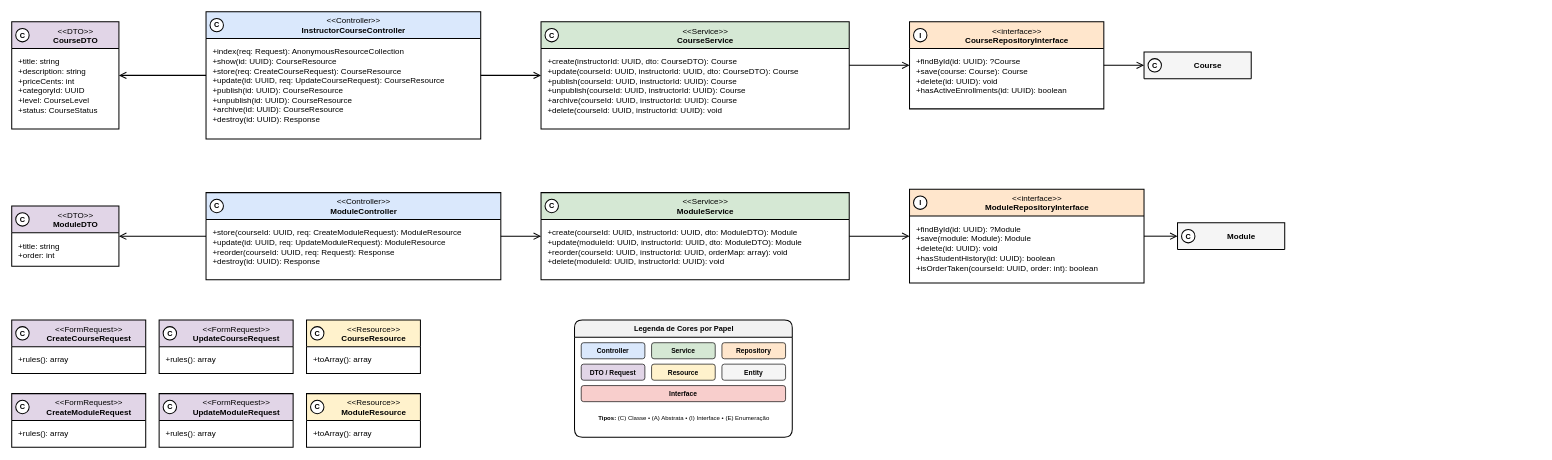
Earlier version of the draw.io diagram especificacao/diagramas/13-classes-area-b-implementacao-cursos-modulos.drawio (Plataforma-de-Cursos-TCC/plataforma-cursos-docs). Source tidied: cells renumbered, new cells numbered last; positions are measured from the earlier drawing's top-left corner, leaving out a move shared by most shapes. Both pictures are drawn from the tidied source at 67%, with x=0, y=0 at pixel (11, 11).
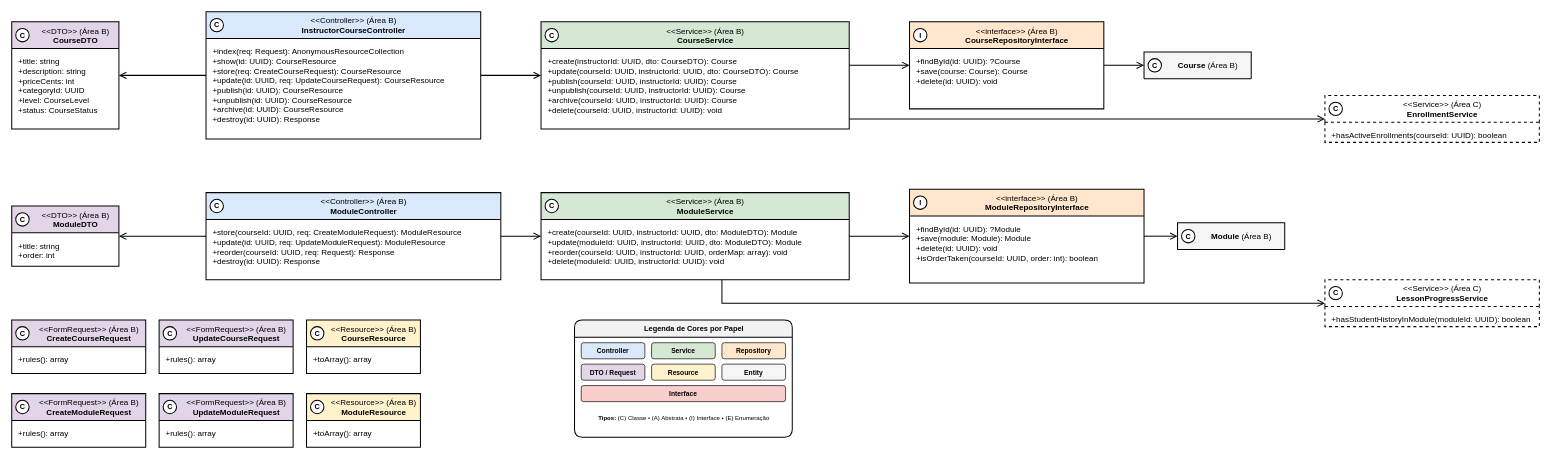
Above is the later version.

Commit message (it also covers changes not shown here):
docs(classes-area-b): point deletion checks at area C services and mark ownership

Diff of the diagram source:
```diff
@@
-    <mxCell id="2" value="&amp;lt;&amp;lt;FormRequest&amp;gt;&amp;gt;&lt;br&gt;&lt;b&gt;CreateCourseRequest&lt;/b&gt;" style="swimlane;html=1;fontStyle=0;align=center;verticalAlign=top;startSize=40;fillColor=#E1D5E7;swimlaneFillColor=#FFFFFF;strokeColor=#000000;strokeWidth=1.5;fontFamily=Helvetica;fontSize=12;fontColor=#000000;rounded=0;spacingLeft=30;" parent="1" vertex="1">
+    <mxCell id="2" value="&amp;lt;&amp;lt;FormRequest&amp;gt;&amp;gt; (Área B)&lt;br&gt;&lt;b&gt;CreateCourseRequest&lt;/b&gt;" style="swimlane;html=1;fontStyle=0;align=center;verticalAlign=top;startSize=40;fillColor=#E1D5E7;swimlaneFillColor=#FFFFFF;strokeColor=#000000;strokeWidth=1.5;fontFamily=Helvetica;fontSize=12;fontColor=#000000;rounded=0;spacingLeft=30;" parent="1" vertex="1">
       <mxGeometry y="460" width="200" height="80" as="geometry" />
     </mxCell>
@@
-    <mxCell id="4" value="&amp;lt;&amp;lt;FormRequest&amp;gt;&amp;gt;&lt;br&gt;&lt;b&gt;UpdateCourseRequest&lt;/b&gt;" style="swimlane;html=1;fontStyle=0;align=center;verticalAlign=top;startSize=40;fillColor=#E1D5E7;swimlaneFillColor=#FFFFFF;strokeColor=#000000;strokeWidth=1.5;fontFamily=Helvetica;fontSize=12;fontColor=#000000;rounded=0;spacingLeft=30;" parent="1" vertex="1">
+    <mxCell id="4" value="&amp;lt;&amp;lt;FormRequest&amp;gt;&amp;gt; (Área B)&lt;br&gt;&lt;b&gt;UpdateCourseRequest&lt;/b&gt;" style="swimlane;html=1;fontStyle=0;align=center;verticalAlign=top;startSize=40;fillColor=#E1D5E7;swimlaneFillColor=#FFFFFF;strokeColor=#000000;strokeWidth=1.5;fontFamily=Helvetica;fontSize=12;fontColor=#000000;rounded=0;spacingLeft=30;" parent="1" vertex="1">
       <mxGeometry x="220" y="460" width="200" height="80" as="geometry" />
     </mxCell>
@@
-    <mxCell id="6" value="&amp;lt;&amp;lt;DTO&amp;gt;&amp;gt;&lt;br&gt;&lt;b&gt;CourseDTO&lt;/b&gt;" style="swimlane;html=1;fontStyle=0;align=center;verticalAlign=top;startSize=40;fillColor=#E1D5E7;swimlaneFillColor=#FFFFFF;strokeColor=#000000;strokeWidth=1.5;fontFamily=Helvetica;fontSize=12;fontColor=#000000;rounded=0;spacingLeft=30;" parent="1" vertex="1">
+    <mxCell id="6" value="&amp;lt;&amp;lt;DTO&amp;gt;&amp;gt; (Área B)&lt;br&gt;&lt;b&gt;CourseDTO&lt;/b&gt;" style="swimlane;html=1;fontStyle=0;align=center;verticalAlign=top;startSize=40;fillColor=#E1D5E7;swimlaneFillColor=#FFFFFF;strokeColor=#000000;strokeWidth=1.5;fontFamily=Helvetica;fontSize=12;fontColor=#000000;rounded=0;spacingLeft=30;" parent="1" vertex="1">
       <mxGeometry y="15" width="160" height="160" as="geometry" />
     </mxCell>
@@
-    <mxCell id="8" value="&amp;lt;&amp;lt;Resource&amp;gt;&amp;gt;&lt;br&gt;&lt;b&gt;CourseResource&lt;/b&gt;" style="swimlane;html=1;fontStyle=0;align=center;verticalAlign=top;startSize=40;fillColor=#FFF2CC;swimlaneFillColor=#FFFFFF;strokeColor=#000000;strokeWidth=1.5;fontFamily=Helvetica;fontSize=12;fontColor=#000000;rounded=0;spacingLeft=30;" parent="1" vertex="1">
+    <mxCell id="8" value="&amp;lt;&amp;lt;Resource&amp;gt;&amp;gt; (Área B)&lt;br&gt;&lt;b&gt;CourseResource&lt;/b&gt;" style="swimlane;html=1;fontStyle=0;align=center;verticalAlign=top;startSize=40;fillColor=#FFF2CC;swimlaneFillColor=#FFFFFF;strokeColor=#000000;strokeWidth=1.5;fontFamily=Helvetica;fontSize=12;fontColor=#000000;rounded=0;spacingLeft=30;" parent="1" vertex="1">
       <mxGeometry x="440" y="460" width="170" height="80" as="geometry" />
     </mxCell>
@@
-    <mxCell id="10" value="&amp;lt;&amp;lt;FormRequest&amp;gt;&amp;gt;&lt;br&gt;&lt;b&gt;CreateModuleRequest&lt;/b&gt;" style="swimlane;html=1;fontStyle=0;align=center;verticalAlign=top;startSize=40;fillColor=#E1D5E7;swimlaneFillColor=#FFFFFF;strokeColor=#000000;strokeWidth=1.5;fontFamily=Helvetica;fontSize=12;fontColor=#000000;rounded=0;spacingLeft=30;" parent="1" vertex="1">
+    <mxCell id="10" value="&amp;lt;&amp;lt;FormRequest&amp;gt;&amp;gt; (Área B)&lt;br&gt;&lt;b&gt;CreateModuleRequest&lt;/b&gt;" style="swimlane;html=1;fontStyle=0;align=center;verticalAlign=top;startSize=40;fillColor=#E1D5E7;swimlaneFillColor=#FFFFFF;strokeColor=#000000;strokeWidth=1.5;fontFamily=Helvetica;fontSize=12;fontColor=#000000;rounded=0;spacingLeft=30;" parent="1" vertex="1">
       <mxGeometry y="570" width="200" height="80" as="geometry" />
     </mxCell>
@@
-    <mxCell id="12" value="&amp;lt;&amp;lt;FormRequest&amp;gt;&amp;gt;&lt;br&gt;&lt;b&gt;UpdateModuleRequest&lt;/b&gt;" style="swimlane;html=1;fontStyle=0;align=center;verticalAlign=top;startSize=40;fillColor=#E1D5E7;swimlaneFillColor=#FFFFFF;strokeColor=#000000;strokeWidth=1.5;fontFamily=Helvetica;fontSize=12;fontColor=#000000;rounded=0;spacingLeft=30;" parent="1" vertex="1">
+    <mxCell id="12" value="&amp;lt;&amp;lt;FormRequest&amp;gt;&amp;gt; (Área B)&lt;br&gt;&lt;b&gt;UpdateModuleRequest&lt;/b&gt;" style="swimlane;html=1;fontStyle=0;align=center;verticalAlign=top;startSize=40;fillColor=#E1D5E7;swimlaneFillColor=#FFFFFF;strokeColor=#000000;strokeWidth=1.5;fontFamily=Helvetica;fontSize=12;fontColor=#000000;rounded=0;spacingLeft=30;" parent="1" vertex="1">
       <mxGeometry x="220" y="570" width="200" height="80" as="geometry" />
     </mxCell>
@@
-    <mxCell id="14" value="&amp;lt;&amp;lt;DTO&amp;gt;&amp;gt;&lt;br&gt;&lt;b&gt;ModuleDTO&lt;/b&gt;" style="swimlane;html=1;fontStyle=0;align=center;verticalAlign=top;startSize=40;fillColor=#E1D5E7;swimlaneFillColor=#FFFFFF;strokeColor=#000000;strokeWidth=1.5;fontFamily=Helvetica;fontSize=12;fontColor=#000000;rounded=0;spacingLeft=30;" parent="1" vertex="1">
+    <mxCell id="14" value="&amp;lt;&amp;lt;DTO&amp;gt;&amp;gt; (Área B)&lt;br&gt;&lt;b&gt;ModuleDTO&lt;/b&gt;" style="swimlane;html=1;fontStyle=0;align=center;verticalAlign=top;startSize=40;fillColor=#E1D5E7;swimlaneFillColor=#FFFFFF;strokeColor=#000000;strokeWidth=1.5;fontFamily=Helvetica;fontSize=12;fontColor=#000000;rounded=0;spacingLeft=30;" parent="1" vertex="1">
       <mxGeometry y="290" width="160" height="90" as="geometry" />
     </mxCell>
@@
-    <mxCell id="16" value="&amp;lt;&amp;lt;Resource&amp;gt;&amp;gt;&lt;br&gt;&lt;b&gt;ModuleResource&lt;/b&gt;" style="swimlane;html=1;fontStyle=0;align=center;verticalAlign=top;startSize=40;fillColor=#FFF2CC;swimlaneFillColor=#FFFFFF;strokeColor=#000000;strokeWidth=1.5;fontFamily=Helvetica;fontSize=12;fontColor=#000000;rounded=0;spacingLeft=30;" parent="1" vertex="1">
+    <mxCell id="16" value="&amp;lt;&amp;lt;Resource&amp;gt;&amp;gt; (Área B)&lt;br&gt;&lt;b&gt;ModuleResource&lt;/b&gt;" style="swimlane;html=1;fontStyle=0;align=center;verticalAlign=top;startSize=40;fillColor=#FFF2CC;swimlaneFillColor=#FFFFFF;strokeColor=#000000;strokeWidth=1.5;fontFamily=Helvetica;fontSize=12;fontColor=#000000;rounded=0;spacingLeft=30;" parent="1" vertex="1">
       <mxGeometry x="440" y="570" width="170" height="80" as="geometry" />
     </mxCell>
@@
-    <mxCell id="18" value="&amp;lt;&amp;lt;Controller&amp;gt;&amp;gt;&lt;br&gt;&lt;b&gt;InstructorCourseController&lt;/b&gt;" style="swimlane;html=1;fontStyle=0;align=center;verticalAlign=top;startSize=40;fillColor=#DAE8FC;swimlaneFillColor=#FFFFFF;strokeColor=#000000;strokeWidth=1.5;fontFamily=Helvetica;fontSize=12;fontColor=#000000;rounded=0;spacingLeft=30;" parent="1" vertex="1">
+    <mxCell id="18" value="&amp;lt;&amp;lt;Controller&amp;gt;&amp;gt; (Área B)&lt;br&gt;&lt;b&gt;InstructorCourseController&lt;/b&gt;" style="swimlane;html=1;fontStyle=0;align=center;verticalAlign=top;startSize=40;fillColor=#DAE8FC;swimlaneFillColor=#FFFFFF;strokeColor=#000000;strokeWidth=1.5;fontFamily=Helvetica;fontSize=12;fontColor=#000000;rounded=0;spacingLeft=30;" parent="1" vertex="1">
       <mxGeometry x="290" width="410" height="190" as="geometry" />
     </mxCell>
@@
-    <mxCell id="20" value="&amp;lt;&amp;lt;Service&amp;gt;&amp;gt;&lt;br&gt;&lt;b&gt;CourseService&lt;/b&gt;" style="swimlane;html=1;fontStyle=0;align=center;verticalAlign=top;startSize=40;fillColor=#D5E8D4;swimlaneFillColor=#FFFFFF;strokeColor=#000000;strokeWidth=1.5;fontFamily=Helvetica;fontSize=12;fontColor=#000000;rounded=0;spacingLeft=30;" parent="1" vertex="1">
+    <mxCell id="20" value="&amp;lt;&amp;lt;Service&amp;gt;&amp;gt; (Área B)&lt;br&gt;&lt;b&gt;CourseService&lt;/b&gt;" style="swimlane;html=1;fontStyle=0;align=center;verticalAlign=top;startSize=40;fillColor=#D5E8D4;swimlaneFillColor=#FFFFFF;strokeColor=#000000;strokeWidth=1.5;fontFamily=Helvetica;fontSize=12;fontColor=#000000;rounded=0;spacingLeft=30;" parent="1" vertex="1">
       <mxGeometry x="790" y="15" width="460" height="160" as="geometry" />
     </mxCell>
+    <mxCell id="65" value="&amp;lt;&amp;lt;Service&amp;gt;&amp;gt; (Área C)&lt;br&gt;&lt;b&gt;LessonProgressService&lt;/b&gt;" style="swimlane;html=1;fontStyle=0;align=center;verticalAlign=top;startSize=40;fillColor=#FFFFFF;swimlaneFillColor=#FFFFFF;strokeColor=#000000;strokeWidth=1.5;fontFamily=Helvetica;fontSize=12;fontColor=#000000;rounded=0;spacingLeft=30;dashed=1;" parent="1" vertex="1">
+      <mxGeometry x="1960" y="400" width="320" height="70" as="geometry" />
+    </mxCell>
+    <mxCell id="66" value="&amp;lt;&amp;lt;Service&amp;gt;&amp;gt; (Área C)&lt;br&gt;&lt;b&gt;EnrollmentService&lt;/b&gt;" style="swimlane;html=1;fontStyle=0;align=center;verticalAlign=top;startSize=40;fillColor=#FFFFFF;swimlaneFillColor=#FFFFFF;strokeColor=#000000;strokeWidth=1.5;fontFamily=Helvetica;fontSize=12;fontColor=#000000;rounded=0;spacingLeft=30;dashed=1;" parent="1" vertex="1">
+      <mxGeometry x="1960" y="125" width="320" height="70" as="geometry" />
+    </mxCell>
@@
-    <mxCell id="22" value="&amp;lt;&amp;lt;interface&amp;gt;&amp;gt;&lt;br&gt;&lt;b&gt;CourseRepositoryInterface&lt;/b&gt;" style="swimlane;html=1;fontStyle=0;align=center;verticalAlign=top;startSize=40;fillColor=#FFE6CC;swimlaneFillColor=#FFFFFF;strokeColor=#000000;strokeWidth=1.5;fontFamily=Helvetica;fontSize=12;fontColor=#000000;rounded=0;spacingLeft=30;" parent="1" vertex="1">
+    <mxCell id="22" value="&amp;lt;&amp;lt;interface&amp;gt;&amp;gt; (Área B)&lt;br&gt;&lt;b&gt;CourseRepositoryInterface&lt;/b&gt;" style="swimlane;html=1;fontStyle=0;align=center;verticalAlign=top;startSize=40;fillColor=#FFE6CC;swimlaneFillColor=#FFFFFF;strokeColor=#000000;strokeWidth=1.5;fontFamily=Helvetica;fontSize=12;fontColor=#000000;rounded=0;spacingLeft=30;" parent="1" vertex="1">
       <mxGeometry x="1340" y="15" width="290" height="130" as="geometry" />
     </mxCell>
-    <mxCell id="23" value="+findById(id: UUID): ?Course&lt;br&gt;+save(course: Course): Course&lt;br&gt;+delete(id: UUID): void&lt;br&gt;+hasActiveEnrollments(id: UUID): boolean" style="text;html=1;align=left;verticalAlign=top;spacingLeft=8;spacingRight=8;spacingTop=6;fontSize=12;fontFamily=Helvetica;fontColor=#000000;strokeColor=none;fillColor=none;" parent="22" vertex="1">
+    <mxCell id="23" value="+findById(id: UUID): ?Course&lt;br&gt;+save(course: Course): Course&lt;br&gt;+delete(id: UUID): void" style="text;html=1;align=left;verticalAlign=top;spacingLeft=8;spacingRight=8;spacingTop=6;fontSize=12;fontFamily=Helvetica;fontColor=#000000;strokeColor=none;fillColor=none;" parent="22" vertex="1">
       <mxGeometry y="40" width="290" height="90" as="geometry" />
     </mxCell>
-    <mxCell id="24" value="&lt;b&gt;Course&lt;/b&gt;" style="swimlane;html=1;fontStyle=0;align=center;verticalAlign=middle;startSize=40;fillColor=#F5F5F5;swimlaneFillColor=#FFFFFF;strokeColor=#000000;strokeWidth=1.5;fontFamily=Helvetica;fontSize=12;fontColor=#000000;rounded=0;spacingLeft=30;" parent="1" vertex="1">
+    <mxCell id="24" value="&lt;b&gt;Course&lt;/b&gt; (Área B)" style="swimlane;html=1;fontStyle=0;align=center;verticalAlign=middle;startSize=40;fillColor=#F5F5F5;swimlaneFillColor=#FFFFFF;strokeColor=#000000;strokeWidth=1.5;fontFamily=Helvetica;fontSize=12;fontColor=#000000;rounded=0;spacingLeft=30;" parent="1" vertex="1">
       <mxGeometry x="1690" y="60" width="160" height="40" as="geometry" />
     </mxCell>
-    <mxCell id="25" value="&amp;lt;&amp;lt;Controller&amp;gt;&amp;gt;&lt;br&gt;&lt;b&gt;ModuleController&lt;/b&gt;" style="swimlane;html=1;fontStyle=0;align=center;verticalAlign=top;startSize=40;fillColor=#DAE8FC;swimlaneFillColor=#FFFFFF;strokeColor=#000000;strokeWidth=1.5;fontFamily=Helvetica;fontSize=12;fontColor=#000000;rounded=0;spacingLeft=30;" parent="1" vertex="1">
+    <mxCell id="25" value="&amp;lt;&amp;lt;Controller&amp;gt;&amp;gt; (Área B)&lt;br&gt;&lt;b&gt;ModuleController&lt;/b&gt;" style="swimlane;html=1;fontStyle=0;align=center;verticalAlign=top;startSize=40;fillColor=#DAE8FC;swimlaneFillColor=#FFFFFF;strokeColor=#000000;strokeWidth=1.5;fontFamily=Helvetica;fontSize=12;fontColor=#000000;rounded=0;spacingLeft=30;" parent="1" vertex="1">
       <mxGeometry x="290" y="270" width="440" height="130" as="geometry" />
     </mxCell>
@@
-    <mxCell id="27" value="&amp;lt;&amp;lt;Service&amp;gt;&amp;gt;&lt;br&gt;&lt;b&gt;ModuleService&lt;/b&gt;" style="swimlane;html=1;fontStyle=0;align=center;verticalAlign=top;startSize=40;fillColor=#D5E8D4;swimlaneFillColor=#FFFFFF;strokeColor=#000000;strokeWidth=1.5;fontFamily=Helvetica;fontSize=12;fontColor=#000000;rounded=0;spacingLeft=30;" parent="1" vertex="1">
+    <mxCell id="27" value="&amp;lt;&amp;lt;Service&amp;gt;&amp;gt; (Área B)&lt;br&gt;&lt;b&gt;ModuleService&lt;/b&gt;" style="swimlane;html=1;fontStyle=0;align=center;verticalAlign=top;startSize=40;fillColor=#D5E8D4;swimlaneFillColor=#FFFFFF;strokeColor=#000000;strokeWidth=1.5;fontFamily=Helvetica;fontSize=12;fontColor=#000000;rounded=0;spacingLeft=30;" parent="1" vertex="1">
       <mxGeometry x="790" y="270" width="460" height="130" as="geometry" />
     </mxCell>
@@
-    <mxCell id="29" value="&amp;lt;&amp;lt;interface&amp;gt;&amp;gt;&lt;br&gt;&lt;b&gt;ModuleRepositoryInterface&lt;/b&gt;" style="swimlane;html=1;fontStyle=0;align=center;verticalAlign=top;startSize=40;fillColor=#FFE6CC;swimlaneFillColor=#FFFFFF;strokeColor=#000000;strokeWidth=1.5;fontFamily=Helvetica;fontSize=12;fontColor=#000000;rounded=0;spacingLeft=30;" parent="1" vertex="1">
+    <mxCell id="29" value="&amp;lt;&amp;lt;interface&amp;gt;&amp;gt; (Área B)&lt;br&gt;&lt;b&gt;ModuleRepositoryInterface&lt;/b&gt;" style="swimlane;html=1;fontStyle=0;align=center;verticalAlign=top;startSize=40;fillColor=#FFE6CC;swimlaneFillColor=#FFFFFF;strokeColor=#000000;strokeWidth=1.5;fontFamily=Helvetica;fontSize=12;fontColor=#000000;rounded=0;spacingLeft=30;" parent="1" vertex="1">
       <mxGeometry x="1340" y="265" width="350" height="140" as="geometry" />
     </mxCell>
-    <mxCell id="30" value="+findById(id: UUID): ?Module&lt;br&gt;+save(module: Module): Module&lt;br&gt;+delete(id: UUID): void&lt;br&gt;+hasStudentHistory(id: UUID): boolean&lt;br&gt;+isOrderTaken(courseId: UUID, order: int): boolean" style="text;html=1;align=left;verticalAlign=top;spacingLeft=8;spacingRight=8;spacingTop=6;fontSize=12;fontFamily=Helvetica;fontColor=#000000;strokeColor=none;fillColor=none;" parent="29" vertex="1">
+    <mxCell id="30" value="+findById(id: UUID): ?Module&lt;br&gt;+save(module: Module): Module&lt;br&gt;+delete(id: UUID): void&lt;br&gt;+isOrderTaken(courseId: UUID, order: int): boolean" style="text;html=1;align=left;verticalAlign=top;spacingLeft=8;spacingRight=8;spacingTop=6;fontSize=12;fontFamily=Helvetica;fontColor=#000000;strokeColor=none;fillColor=none;" parent="29" vertex="1">
       <mxGeometry y="40" width="350" height="100" as="geometry" />
     </mxCell>
-    <mxCell id="31" value="&lt;b&gt;Module&lt;/b&gt;" style="swimlane;html=1;fontStyle=0;align=center;verticalAlign=middle;startSize=40;fillColor=#F5F5F5;swimlaneFillColor=#FFFFFF;strokeColor=#000000;strokeWidth=1.5;fontFamily=Helvetica;fontSize=12;fontColor=#000000;rounded=0;spacingLeft=30;" parent="1" vertex="1">
+    <mxCell id="31" value="&lt;b&gt;Module&lt;/b&gt; (Área B)" style="swimlane;html=1;fontStyle=0;align=center;verticalAlign=middle;startSize=40;fillColor=#F5F5F5;swimlaneFillColor=#FFFFFF;strokeColor=#000000;strokeWidth=1.5;fontFamily=Helvetica;fontSize=12;fontColor=#000000;rounded=0;spacingLeft=30;" parent="1" vertex="1">
       <mxGeometry x="1740" y="315" width="160" height="40" as="geometry" />
     </mxCell>
@@
-    <mxCell id="40" value="&lt;b&gt;Legenda de Cores por Papel&lt;/b&gt;" style="swimlane;html=1;fontStyle=0;align=center;verticalAlign=top;startSize=26;fillColor=#F2F2F2;swimlaneFillColor=#FFFFFF;strokeColor=#000000;strokeWidth=1.5;fontFamily=Helvetica;fontSize=11;rounded=1;" parent="1" vertex="1">
+    <mxCell id="40" value="&lt;b&gt;Legenda de Cores por Papel&lt;/b&gt;" style="swimlane;html=1;fontStyle=0;align=center;verticalAlign=middle;startSize=26;fillColor=#F2F2F2;swimlaneFillColor=#FFFFFF;strokeColor=#000000;strokeWidth=1.5;fontFamily=Helvetica;fontSize=11;rounded=1;spacingLeft=30;" parent="1" vertex="1">
       <mxGeometry x="840" y="460" width="325" height="175" as="geometry" />
     </mxCell>
@@
+    <mxCell id="67" value="+hasActiveEnrollments(courseId: UUID): boolean" style="text;html=1;align=left;verticalAlign=top;spacingLeft=8;spacingRight=8;spacingTop=6;fontSize=12;fontFamily=Helvetica;fontColor=#000000;strokeColor=none;fillColor=none;" parent="66" vertex="1">
+      <mxGeometry y="40" width="320" height="30" as="geometry" />
+    </mxCell>
+    <mxCell id="68" value="+hasStudentHistoryInModule(moduleId: UUID): boolean" style="text;html=1;align=left;verticalAlign=top;spacingLeft=8;spacingRight=8;spacingTop=6;fontSize=12;fontFamily=Helvetica;fontColor=#000000;strokeColor=none;fillColor=none;" parent="65" vertex="1">
+      <mxGeometry y="40" width="320" height="30" as="geometry" />
+    </mxCell>
+    <mxCell id="69" style="edgeStyle=orthogonalEdgeStyle;rounded=0;html=1;strokeColor=#000000;strokeWidth=1.5;endArrow=open;endFill=0;endSize=8;exitX=1.0;exitY=0.90625;entryX=0.0;entryY=0.5;" parent="1" edge="1" source="20" target="66">
+      <mxGeometry relative="1" as="geometry" />
+    </mxCell>
+    <mxCell id="70" style="edgeStyle=orthogonalEdgeStyle;rounded=0;html=1;strokeColor=#000000;strokeWidth=1.5;endArrow=open;endFill=0;endSize=8;exitX=0.587;exitY=1.0;entryX=0.0;entryY=0.5;" parent="1" edge="1" source="27" target="65">
+      <mxGeometry relative="1" as="geometry">
+        <Array as="points">
+          <mxPoint x="1060" y="435" />
+        </Array>
+      </mxGeometry>
+    </mxCell>
@@
+    <mxCell id="71" value="C" style="ellipse;html=1;fillColor=#FFFFFF;strokeColor=#000000;strokeWidth=1.5;fontFamily=Helvetica;fontSize=11;fontStyle=1;fontColor=#000000;" parent="1" vertex="1">
+      <mxGeometry x="1966" y="135" width="20" height="20" as="geometry" />
+    </mxCell>
+    <mxCell id="72" value="C" style="ellipse;html=1;fillColor=#FFFFFF;strokeColor=#000000;strokeWidth=1.5;fontFamily=Helvetica;fontSize=11;fontStyle=1;fontColor=#000000;" parent="1" vertex="1">
+      <mxGeometry x="1966" y="410" width="20" height="20" as="geometry" />
+    </mxCell>
```
